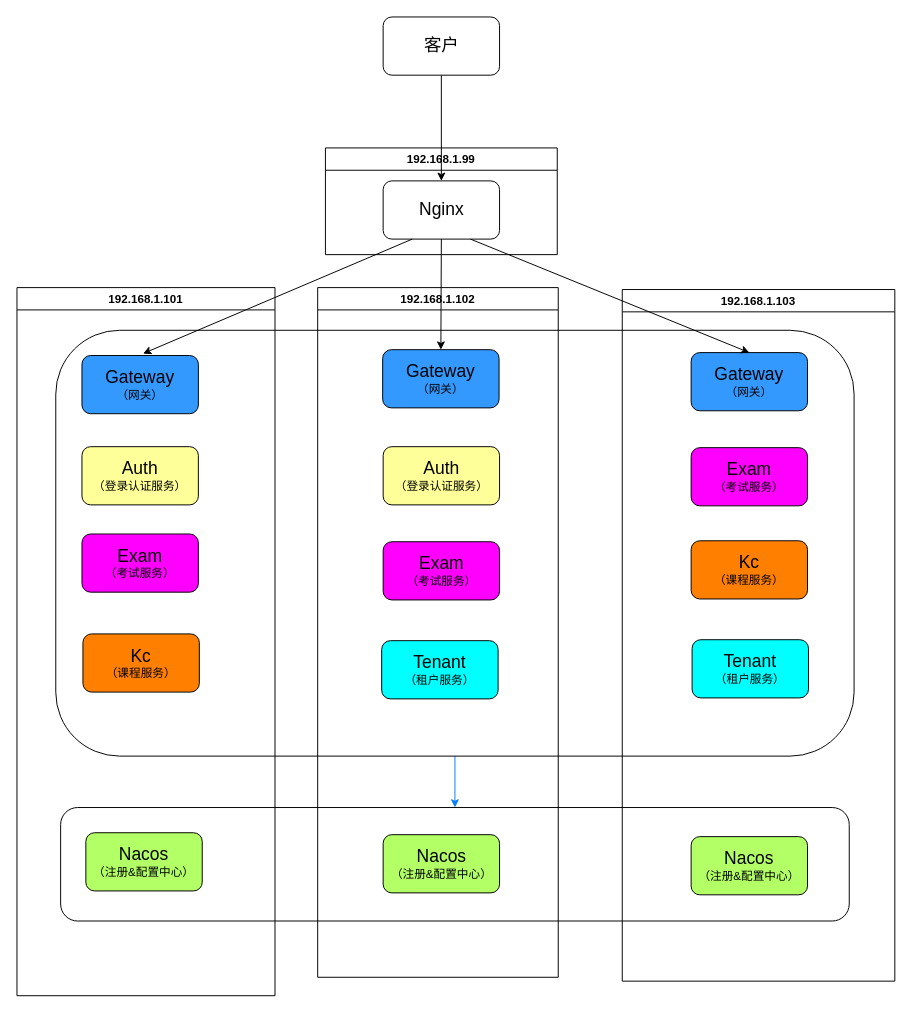
MuggleStar/draw_io keeps this draw.io diagram as ence/chaofen-cloud-future.drawio. Above is the earlier version. Source tidied: cells renumbered, new cells numbered last; positions are measured from the earlier drawing's top-left corner, leaving out a move shared by most shapes. Both pictures are drawn from the tidied source at 97%, with x=0, y=0 at pixel (16, 16).
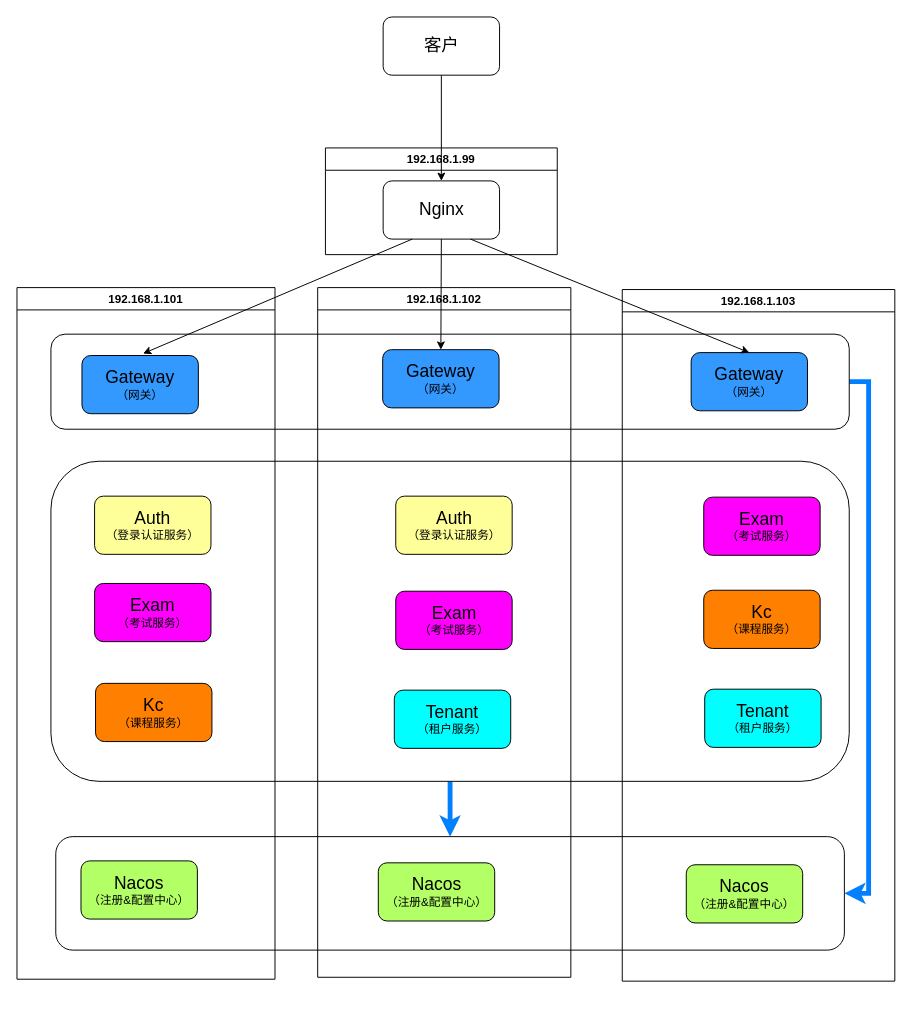
The same diagram, later.

The change refers to these unchanged cells:
```xml
<mxCell id="18" value="192.168.1.103" style="swimlane;whiteSpace=wrap;html=1;" parent="1" vertex="1">
  <mxGeometry x="624" y="281" width="281" height="713" as="geometry" />
</mxCell>
```

What changed in the source:
```diff
@@
     <mxCell id="2" style="rounded=1;whiteSpace=wrap;html=1;" parent="1" vertex="1">
-      <mxGeometry x="45" y="815" width="813" height="117" as="geometry" />
+      <mxGeometry x="40" y="845" width="813" height="117" as="geometry" />
     </mxCell>
+    <mxCell id="30" style="edgeStyle=orthogonalEdgeStyle;rounded=0;jettySize=auto;html=1;exitX=1;exitY=0.5;exitDx=0;exitDy=0;entryX=1;entryY=0.5;entryDx=0;entryDy=0;strokeColor=#007FFF;strokeWidth=5;" parent="1" edge="1" source="31" target="2">
+      <mxGeometry relative="1" as="geometry" />
+    </mxCell>
+    <mxCell id="31" style="rounded=1;whiteSpace=wrap;html=1;strokeWidth=1;" parent="1" vertex="1">
+      <mxGeometry x="35" y="327" width="823" height="98" as="geometry" />
+    </mxCell>
-    <mxCell id="3" style="edgeStyle=orthogonalEdgeStyle;rounded=0;jettySize=auto;html=1;exitX=0.5;exitY=1;exitDx=0;exitDy=0;strokeColor=#007FFF;" parent="1" edge="1" source="4" target="2">
+    <mxCell id="3" style="edgeStyle=orthogonalEdgeStyle;rounded=0;jettySize=auto;html=1;exitX=0.5;exitY=1;exitDx=0;exitDy=0;strokeColor=#007FFF;strokeWidth=5;" parent="1" edge="1" source="4" target="2">
       <mxGeometry relative="1" as="geometry" />
     </mxCell>
     <mxCell id="4" style="rounded=1;whiteSpace=wrap;html=1;" parent="1" vertex="1">
-      <mxGeometry x="40" y="323" width="823" height="439" as="geometry" />
+      <mxGeometry x="35" y="458" width="823" height="330" as="geometry" />
     </mxCell>
     <mxCell id="5" value="192.168.1.101" style="swimlane;whiteSpace=wrap;html=1;fillColor=none;" parent="1" vertex="1">
-      <mxGeometry y="279" width="266" height="730" as="geometry" />
+      <mxGeometry y="279" width="266" height="713" as="geometry" />
     </mxCell>
     <mxCell id="6" value="&lt;font style=&quot;font-size: 18px;&quot;&gt;Auth&lt;/font&gt;&lt;br&gt;（登录认证服务）" style="rounded=1;whiteSpace=wrap;html=1;fillColor=#FFFF99;" parent="5" vertex="1">
-      <mxGeometry x="67" y="164" width="120" height="60" as="geometry" />
+      <mxGeometry x="80" y="215" width="120" height="60" as="geometry" />
     </mxCell>
     <mxCell id="7" value="&lt;span style=&quot;font-size: 18px;&quot;&gt;Exam&lt;/span&gt;&lt;br&gt;（考试服务）" style="rounded=1;whiteSpace=wrap;html=1;fillColor=#FF00FF;" parent="5" vertex="1">
-      <mxGeometry x="67" y="254" width="120" height="60" as="geometry" />
+      <mxGeometry x="80" y="305" width="120" height="60" as="geometry" />
     </mxCell>
@@
-    <mxCell id="9" value="&lt;font style=&quot;font-size: 18px;&quot;&gt;Nacos&lt;/font&gt;&lt;br&gt;（注册&amp;amp;配置中心）" style="rounded=1;whiteSpace=wrap;html=1;fillColor=#B3FF66;" parent="5" vertex="1">
-      <mxGeometry x="71" y="562" width="120" height="60" as="geometry" />
-    </mxCell>
     <mxCell id="10" value="192.168.1.102" style="swimlane;whiteSpace=wrap;html=1;" parent="1" vertex="1">
-      <mxGeometry x="310" y="279" width="248" height="711" as="geometry" />
+      <mxGeometry x="310" y="279" width="261" height="711" as="geometry" />
     </mxCell>
@@
     <mxCell id="12" value="&lt;font style=&quot;font-size: 18px;&quot;&gt;Auth&lt;/font&gt;&lt;br&gt;（登录认证服务）" style="rounded=1;whiteSpace=wrap;html=1;fillColor=#FFFF99;" parent="10" vertex="1">
-      <mxGeometry x="67.5" y="164" width="120" height="60" as="geometry" />
+      <mxGeometry x="80.5" y="215" width="120" height="60" as="geometry" />
     </mxCell>
     <mxCell id="13" value="&lt;span style=&quot;font-size: 18px;&quot;&gt;Exam&lt;/span&gt;&lt;br&gt;（考试服务）" style="rounded=1;whiteSpace=wrap;html=1;fillColor=#FF00FF;" parent="10" vertex="1">
-      <mxGeometry x="67.5" y="262" width="120" height="60" as="geometry" />
+      <mxGeometry x="80.5" y="313" width="120" height="60" as="geometry" />
     </mxCell>
-    <mxCell id="14" value="&lt;font style=&quot;font-size: 18px;&quot;&gt;Nacos&lt;/font&gt;&lt;br&gt;（注册&amp;amp;配置中心）" style="rounded=1;whiteSpace=wrap;html=1;fillColor=#B3FF66;" parent="10" vertex="1">
-      <mxGeometry x="67.5" y="564" width="120" height="60" as="geometry" />
-    </mxCell>
     <mxCell id="15" value="&lt;span style=&quot;font-size: 18px;&quot;&gt;Kc&lt;/span&gt;&lt;br&gt;（课程服务）" style="rounded=1;whiteSpace=wrap;html=1;fillColor=#FF8000;" parent="10" vertex="1">
-      <mxGeometry x="-242" y="357" width="120" height="60" as="geometry" />
+      <mxGeometry x="-229" y="408" width="120" height="60" as="geometry" />
     </mxCell>
     <mxCell id="16" value="&lt;span style=&quot;font-size: 18px;&quot;&gt;Tenant&lt;/span&gt;&lt;br&gt;（租户服务）" style="rounded=1;whiteSpace=wrap;html=1;fillColor=#00FFFF;" parent="10" vertex="1">
-      <mxGeometry x="66" y="364" width="120" height="60" as="geometry" />
+      <mxGeometry x="79" y="415" width="120" height="60" as="geometry" />
     </mxCell>
     <mxCell id="17" value="&lt;font style=&quot;font-size: 18px;&quot;&gt;Tenant&lt;/font&gt;&lt;br style=&quot;border-color: var(--border-color);&quot;&gt;（租户服务）" style="rounded=1;whiteSpace=wrap;html=1;fillColor=#00FFFF;" parent="10" vertex="1">
-      <mxGeometry x="386" y="363" width="120" height="60" as="geometry" />
+      <mxGeometry x="399" y="414" width="120" height="60" as="geometry" />
     </mxCell>
+    <mxCell id="9" value="&lt;font style=&quot;font-size: 18px;&quot;&gt;Nacos&lt;/font&gt;&lt;br&gt;（注册&amp;amp;配置中心）" style="rounded=1;whiteSpace=wrap;html=1;fillColor=#B3FF66;" parent="10" vertex="1">
+      <mxGeometry x="-244" y="591" width="120" height="60" as="geometry" />
+    </mxCell>
+    <mxCell id="14" value="&lt;font style=&quot;font-size: 18px;&quot;&gt;Nacos&lt;/font&gt;&lt;br&gt;（注册&amp;amp;配置中心）" style="rounded=1;whiteSpace=wrap;html=1;fillColor=#B3FF66;" parent="10" vertex="1">
+      <mxGeometry x="62.5" y="593" width="120" height="60" as="geometry" />
+    </mxCell>
+    <mxCell id="20" value="&lt;font style=&quot;font-size: 18px;&quot;&gt;Nacos&lt;/font&gt;&lt;br&gt;（注册&amp;amp;配置中心）" style="rounded=1;whiteSpace=wrap;html=1;fillColor=#B3FF66;" parent="10" vertex="1">
+      <mxGeometry x="380" y="595" width="120" height="60" as="geometry" />
+    </mxCell>
@@
-    <mxCell id="20" value="&lt;font style=&quot;font-size: 18px;&quot;&gt;Nacos&lt;/font&gt;&lt;br&gt;（注册&amp;amp;配置中心）" style="rounded=1;whiteSpace=wrap;html=1;fillColor=#B3FF66;" parent="18" vertex="1">
-      <mxGeometry x="71" y="564" width="120" height="60" as="geometry" />
-    </mxCell>
     <mxCell id="21" value="&lt;font style=&quot;font-size: 18px;&quot;&gt;Exam&lt;/font&gt;&lt;br style=&quot;border-color: var(--border-color);&quot;&gt;（考试服务）" style="rounded=1;whiteSpace=wrap;html=1;fillColor=#FF00FF;" parent="18" vertex="1">
-      <mxGeometry x="71" y="163" width="120" height="60" as="geometry" />
+      <mxGeometry x="84" y="214" width="120" height="60" as="geometry" />
     </mxCell>
     <mxCell id="22" value="&lt;span style=&quot;font-size: 18px;&quot;&gt;Kc&lt;/span&gt;&lt;br&gt;（课程服务）" style="rounded=1;whiteSpace=wrap;html=1;fillColor=#FF8000;" parent="18" vertex="1">
-      <mxGeometry x="71" y="259" width="120" height="60" as="geometry" />
+      <mxGeometry x="84" y="310" width="120" height="60" as="geometry" />
     </mxCell>
```
